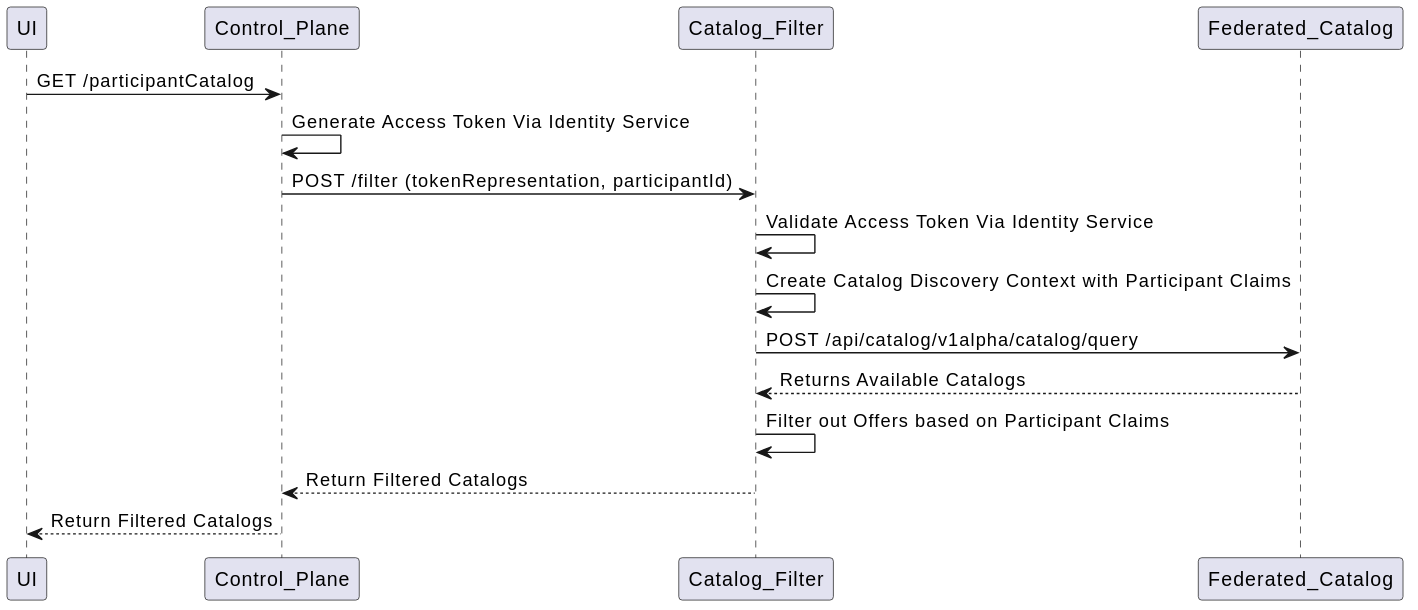
The PlantUML diagram docs/architecture/_diagrams/catalog_filter.svg in AmadeusITGroup/dataspace-ecosystem, before a commit.
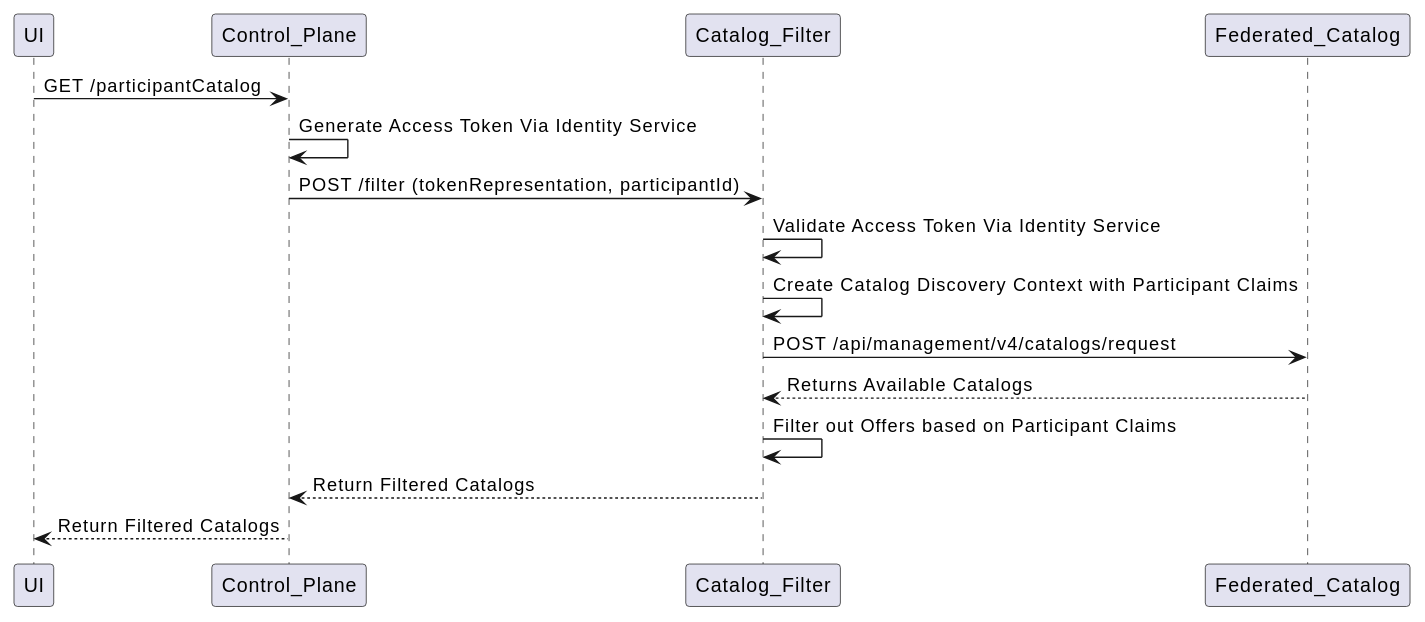
The same diagram one commit later.

What changed in the source:
```diff
@@ -4,7 +4,7 @@
 Control_Plane -> Catalog_Filter : POST /filter (tokenRepresentation, participantId)
 Catalog_Filter -> Catalog_Filter : Validate Access Token Via Identity Service
 Catalog_Filter -> Catalog_Filter : Create Catalog Discovery Context with Participant Claims
-Catalog_Filter -> Federated_Catalog : POST /api/catalog/v1alpha/catalog/query
+Catalog_Filter -> Federated_Catalog : POST /api/management/v4/catalogs/request
 Federated_Catalog --> Catalog_Filter : Returns Available Catalogs
 Catalog_Filter -> Catalog_Filter : Filter out Offers based on Participant Claims
 Catalog_Filter --> Control_Plane : Return Filtered Catalogs
```
